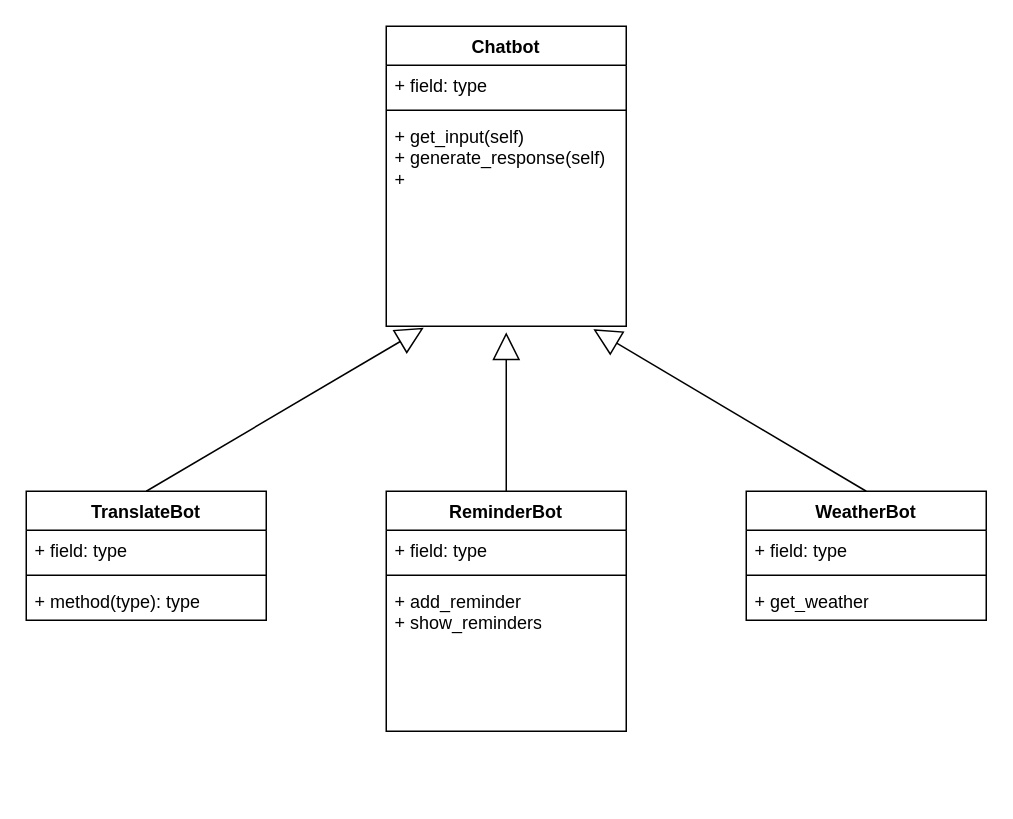
The draw.io diagram umldiagram.drawio in barisparlakk/omniabotv2, before the edit. Source tidied: cells renumbered, new cells numbered last; positions are measured from the earlier drawing's top-left corner, leaving out a move shared by most shapes. Both pictures are drawn from the tidied source at 150%, with x=0, y=0 at pixel (26, 26).
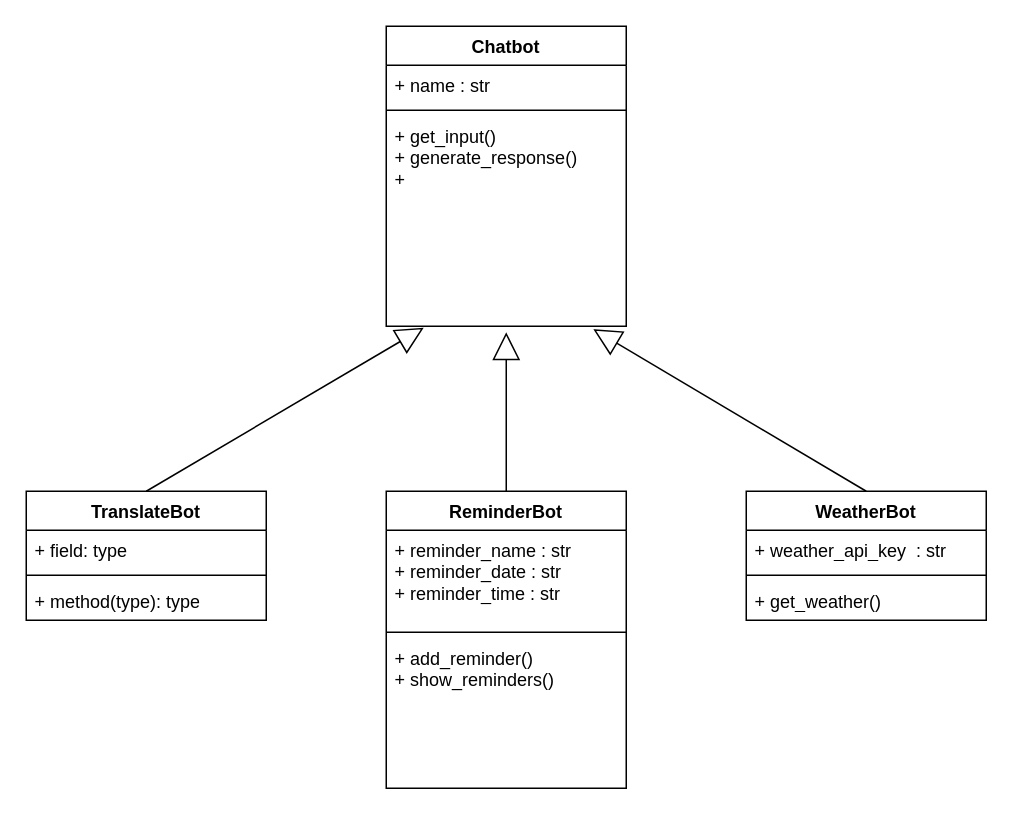
After the change.

Commit message:
UML diagram changes

The change refers to these unchanged cells:
```xml
<mxCell id="2" value="Chatbot" style="swimlane;fontStyle=1;align=center;verticalAlign=top;horizontal=1;startSize=26;whiteSpace=wrap;html=1;" parent="1" vertex="1">
  <mxGeometry x="240" width="160" height="200" as="geometry" />
</mxCell>
<mxCell id="6" value="WeatherBot" style="swimlane;fontStyle=1;align=center;verticalAlign=top;horizontal=1;startSize=26;whiteSpace=wrap;html=1;" parent="1" vertex="1">
  <mxGeometry x="480" y="310" width="160" height="86" as="geometry" />
</mxCell>
```

What changed in the source:
```diff
@@
-    <mxCell id="3" value="+ field: type" style="text;strokeColor=none;fillColor=none;align=left;verticalAlign=top;spacingLeft=4;spacingRight=4;overflow=hidden;whiteSpace=wrap;html=1;" parent="2" vertex="1">
+    <mxCell id="3" value="+ name : str&lt;br&gt;" style="text;strokeColor=none;fillColor=none;align=left;verticalAlign=top;spacingLeft=4;spacingRight=4;overflow=hidden;whiteSpace=wrap;html=1;" parent="2" vertex="1">
       <mxGeometry y="26" width="160" height="26" as="geometry" />
     </mxCell>
@@
-    <mxCell id="5" value="&lt;div&gt;+ get_input(self)&lt;/div&gt;&lt;div&gt;+ generate_response(self)&lt;/div&gt;&lt;div&gt;+&lt;br&gt;&lt;/div&gt;&lt;div&gt;&lt;br&gt;&lt;/div&gt;" style="text;strokeColor=none;fillColor=none;align=left;verticalAlign=top;spacingLeft=4;spacingRight=4;overflow=hidden;points=[[0,0.5],[1,0.5]];portConstraint=eastwest;whiteSpace=wrap;html=1;" parent="2" vertex="1">
+    <mxCell id="5" value="&lt;div&gt;+ get_input()&lt;/div&gt;&lt;div&gt;+ generate_response()&lt;/div&gt;&lt;div&gt;+&lt;br&gt;&lt;/div&gt;&lt;div&gt;&lt;br&gt;&lt;/div&gt;" style="text;strokeColor=none;fillColor=none;align=left;verticalAlign=top;spacingLeft=4;spacingRight=4;overflow=hidden;points=[[0,0.5],[1,0.5]];portConstraint=eastwest;whiteSpace=wrap;html=1;" parent="2" vertex="1">
       <mxGeometry y="60" width="160" height="140" as="geometry" />
     </mxCell>
@@
-    <mxCell id="7" value="+ field: type" style="text;strokeColor=none;fillColor=none;align=left;verticalAlign=top;spacingLeft=4;spacingRight=4;overflow=hidden;whiteSpace=wrap;html=1;" parent="6" vertex="1">
+    <mxCell id="7" value="+ weather_api_key&amp;nbsp; : str" style="text;strokeColor=none;fillColor=none;align=left;verticalAlign=top;spacingLeft=4;spacingRight=4;overflow=hidden;whiteSpace=wrap;html=1;" parent="6" vertex="1">
       <mxGeometry y="26" width="160" height="26" as="geometry" />
     </mxCell>
@@
-    <mxCell id="9" value="+ get_weather" style="text;strokeColor=none;fillColor=none;align=left;verticalAlign=top;spacingLeft=4;spacingRight=4;overflow=hidden;whiteSpace=wrap;html=1;" parent="6" vertex="1">
+    <mxCell id="9" value="+ get_weather()" style="text;strokeColor=none;fillColor=none;align=left;verticalAlign=top;spacingLeft=4;spacingRight=4;overflow=hidden;whiteSpace=wrap;html=1;" parent="6" vertex="1">
       <mxGeometry y="60" width="160" height="26" as="geometry" />
     </mxCell>
     <mxCell id="10" value="ReminderBot" style="swimlane;fontStyle=1;align=center;verticalAlign=top;horizontal=1;startSize=26;whiteSpace=wrap;html=1;" parent="1" vertex="1">
-      <mxGeometry x="240" y="310" width="160" height="160" as="geometry" />
+      <mxGeometry x="240" y="310" width="160" height="198" as="geometry" />
     </mxCell>
-    <mxCell id="11" value="+ field: type" style="text;strokeColor=none;fillColor=none;align=left;verticalAlign=top;spacingLeft=4;spacingRight=4;overflow=hidden;whiteSpace=wrap;html=1;" parent="10" vertex="1">
-      <mxGeometry y="26" width="160" height="26" as="geometry" />
+    <mxCell id="11" value="+ reminder_name : str&lt;br&gt;+ reminder_date : str&lt;br&gt;+ reminder_time : str" style="text;strokeColor=none;fillColor=none;align=left;verticalAlign=top;spacingLeft=4;spacingRight=4;overflow=hidden;whiteSpace=wrap;html=1;" parent="10" vertex="1">
+      <mxGeometry y="26" width="160" height="64" as="geometry" />
     </mxCell>
     <mxCell id="12" style="line;strokeWidth=1;fillColor=none;align=left;verticalAlign=middle;spacingTop=-1;spacingLeft=3;spacingRight=3;labelPosition=right;strokeColor=inherit;" parent="10" vertex="1">
-      <mxGeometry y="52" width="160" height="8" as="geometry" />
+      <mxGeometry y="90" width="160" height="8" as="geometry" />
     </mxCell>
-    <mxCell id="13" value="&lt;div&gt;+ add_reminder&lt;/div&gt;&lt;div&gt;+ show_reminders&lt;br&gt;&lt;/div&gt;" style="text;strokeColor=none;fillColor=none;align=left;verticalAlign=top;spacingLeft=4;spacingRight=4;overflow=hidden;whiteSpace=wrap;html=1;" parent="10" vertex="1">
-      <mxGeometry y="60" width="160" height="100" as="geometry" />
+    <mxCell id="13" value="&lt;div&gt;+ add_reminder()&lt;/div&gt;&lt;div&gt;+ show_reminders()&lt;br&gt;&lt;/div&gt;" style="text;strokeColor=none;fillColor=none;align=left;verticalAlign=top;spacingLeft=4;spacingRight=4;overflow=hidden;whiteSpace=wrap;html=1;" parent="10" vertex="1">
+      <mxGeometry y="98" width="160" height="100" as="geometry" />
     </mxCell>
```
